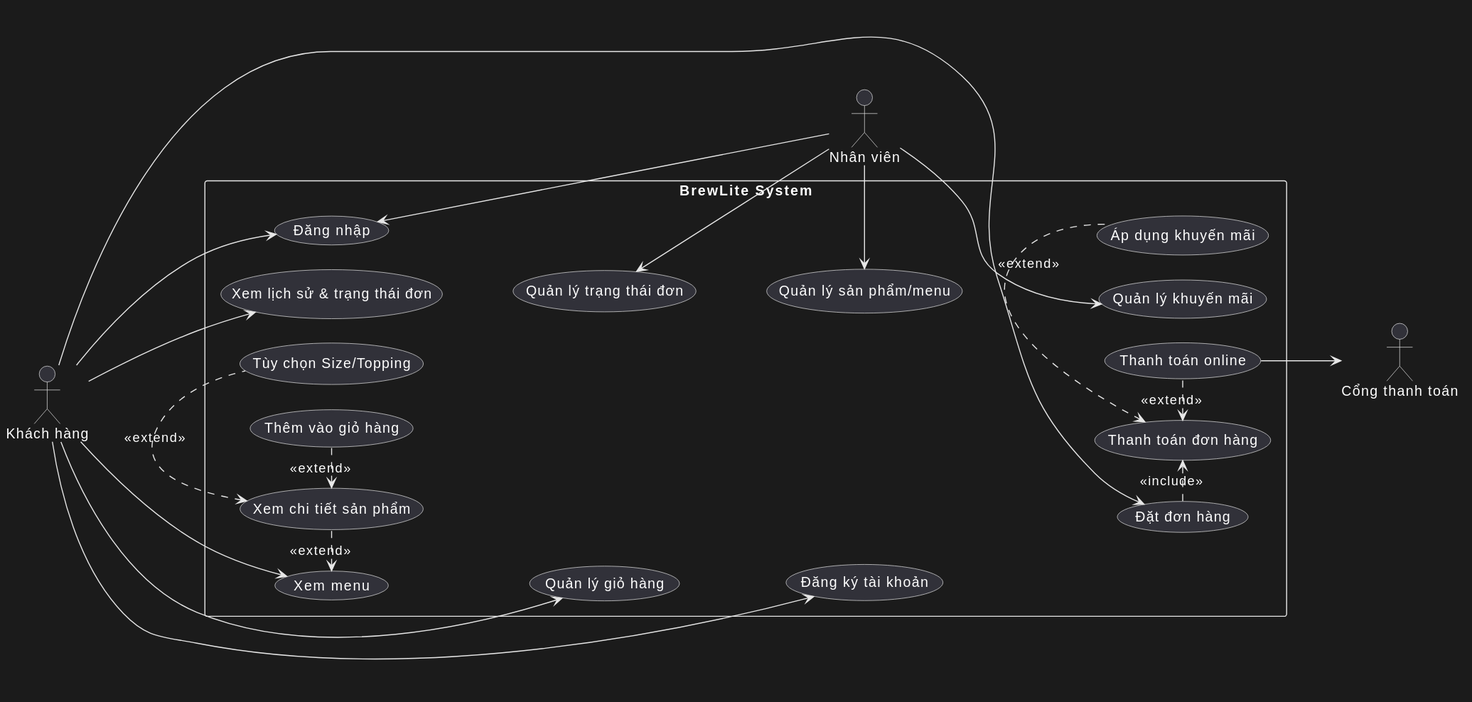
The PlantUML diagram docs/requirements/use-case-overview.svg in minhhhao12/brewlite, before a commit. Source of this version:
```plantuml
@startuml
left to right direction
skinparam packageStyle rectangle
skinparam ranksep 70
skinparam nodesep 25

actor "Khách hàng" as Customer
actor "Nhân viên" as Staff
actor "Cổng thanh toán" as PaymentGateway

rectangle "BrewLite System" {
usecase "Xem menu" as UC1
usecase "Xem chi tiết sản phẩm" as UC2
usecase "Tùy chọn Size/Topping" as UC3
usecase "Thêm vào giỏ hàng" as UC4

usecase "Quản lý giỏ hàng" as UC5
usecase "Đăng ký tài khoản" as UC6
usecase "Đăng nhập" as UC7

usecase "Đặt đơn hàng" as UC8
usecase "Thanh toán đơn hàng" as UC9
usecase "Áp dụng khuyến mãi" as UC10
usecase "Thanh toán online" as UC13

usecase "Xem lịch sử & trạng thái đơn" as UC11
usecase "Quản lý trạng thái đơn" as UC12
usecase "Quản lý sản phẩm/menu" as UC14
usecase "Quản lý khuyến mãi" as UC15
}

UC1 -[hidden]down- UC5
UC5 -[hidden]down- UC6
UC6 -[hidden]down- UC8
UC11 -[hidden]down- UC12
UC12 -[hidden]down- UC14
UC14 -[hidden]down- UC15

Customer --> UC1
Customer --> UC5
Customer --> UC6
Customer --> UC7
Customer --> UC8
Customer --> UC11

UC2 .left.> UC1 : <<extend>>
UC3 .left.> UC2 : <<extend>>
UC4 .left.> UC2 : <<extend>>

UC8 .right.> UC9 : <<include>>

UC10 .left.> UC9 : <<extend>>
UC13 .left.> UC9 : <<extend>>
UC13 --> PaymentGateway

Staff --> UC7
Staff -left-> UC12
Staff -left-> UC14
Staff -left-> UC15
@enduml
```
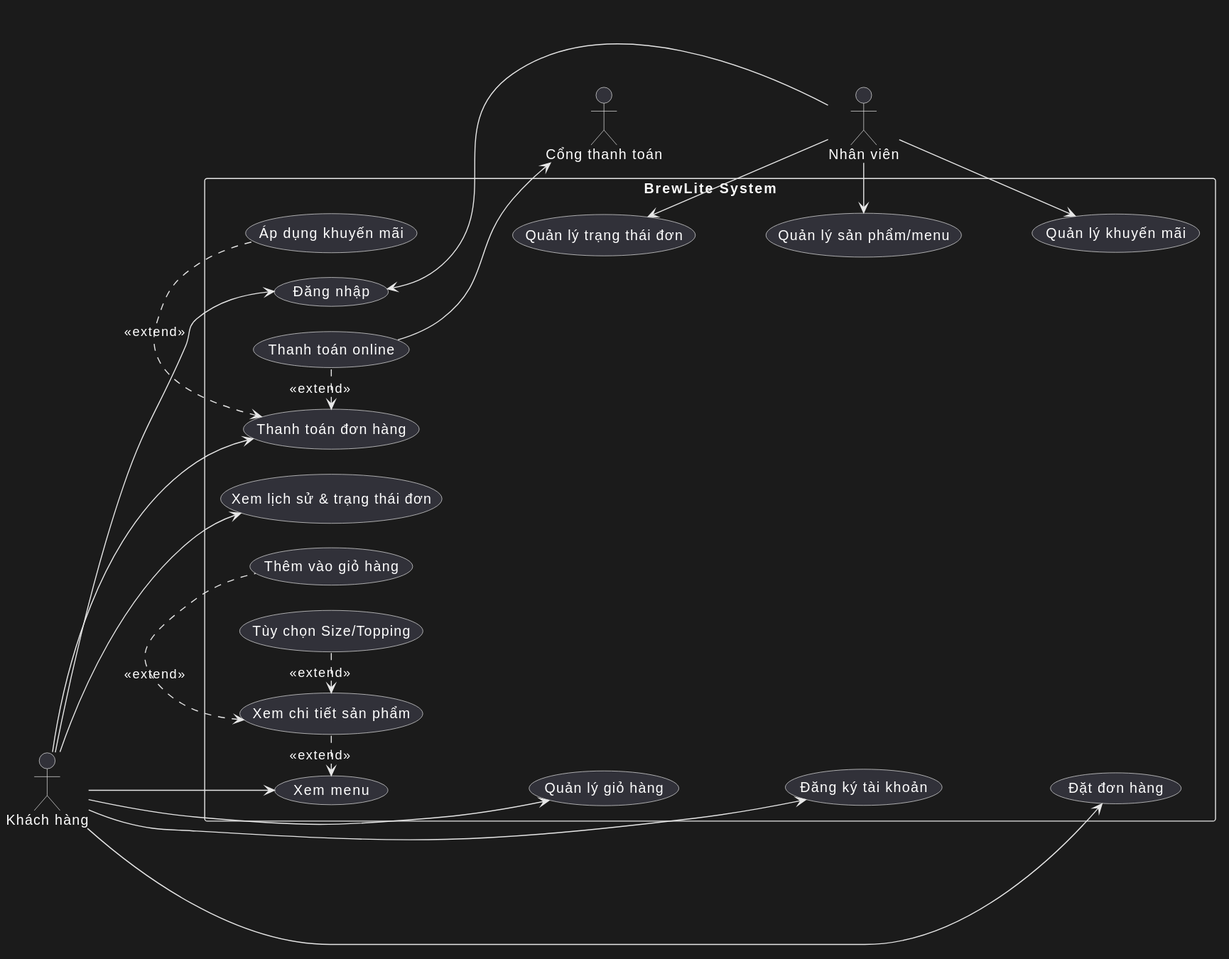
The same diagram one commit later.

Commit message:
docs(requirements): Sửa lại sơ đồ Use case trọng tâm: Thanh toán đơn hàng

What changed in the source:
```diff
@@ -42,13 +42,10 @@
 Customer --> UC7
 Customer --> UC8
 Customer --> UC11
-
+Customer --> UC9
 UC2 .left.> UC1 : <<extend>>
 UC3 .left.> UC2 : <<extend>>
 UC4 .left.> UC2 : <<extend>>
-
-UC8 .right.> UC9 : <<include>>
-
 UC10 .left.> UC9 : <<extend>>
 UC13 .left.> UC9 : <<extend>>
 UC13 --> PaymentGateway
```
